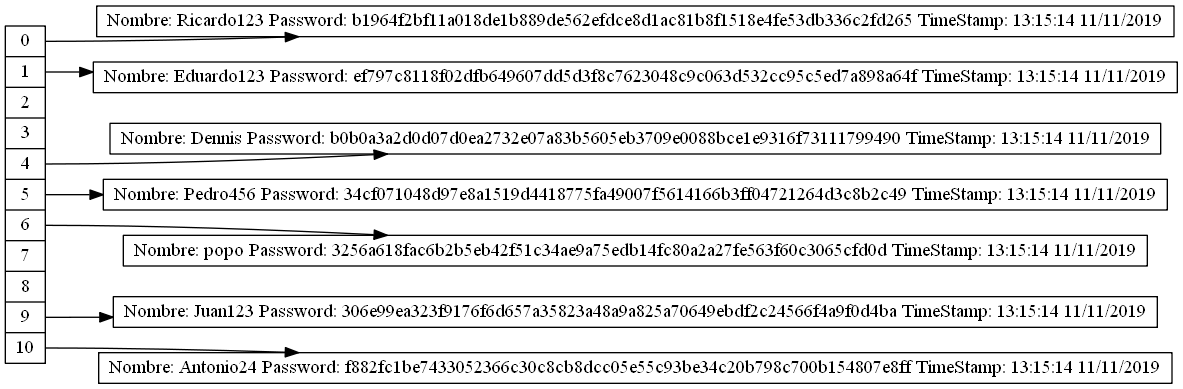
Before: Proyecto2/HashTable.png, a diagram exported from Graphviz (Eduardo01004/EDD_2S2019_PY2_201612124). Its source is kept beside it as Proyecto2/HashTable.dot.
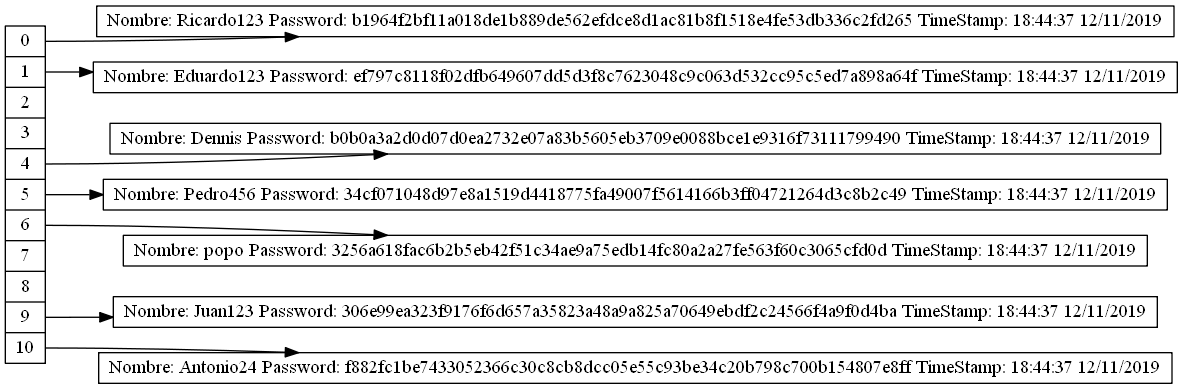
Above is the later version.

Change to the diagram source:
```diff
@@ -12,18 +12,18 @@
 <f8> 8 |
 <f9> 9 |
 <f10> 10"];
-nodoRicardo123 [label= "Nombre: Ricardo123 Password: b1964f2bf11a018de1b889de562efdce8d1ac81b8f1518e4fe53db336c2fd265 TimeStamp: 13:15:14 11/11/2019"];
+nodoRicardo123 [label= "Nombre: Ricardo123 Password: b1964f2bf11a018de1b889de562efdce8d1ac81b8f1518e4fe53db336c2fd265 TimeStamp: 18:44:37 12/11/2019"];
 "nodeTable":f0 -> nodoRicardo123
-nodoEduardo123 [label= "Nombre: Eduardo123 Password: ef797c8118f02dfb649607dd5d3f8c7623048c9c063d532cc95c5ed7a898a64f TimeStamp: 13:15:14 11/11/2019"];
+nodoEduardo123 [label= "Nombre: Eduardo123 Password: ef797c8118f02dfb649607dd5d3f8c7623048c9c063d532cc95c5ed7a898a64f TimeStamp: 18:44:37 12/11/2019"];
 "nodeTable":f1 -> nodoEduardo123
-nodoDennis [label= "Nombre: Dennis Password: b0b0a3a2d0d07d0ea2732e07a83b5605eb3709e0088bce1e9316f73111799490 TimeStamp: 13:15:14 11/11/2019"];
+nodoDennis [label= "Nombre: Dennis Password: b0b0a3a2d0d07d0ea2732e07a83b5605eb3709e0088bce1e9316f73111799490 TimeStamp: 18:44:37 12/11/2019"];
 "nodeTable":f4 -> nodoDennis
-nodoPedro456 [label= "Nombre: Pedro456 Password: 34cf071048d97e8a1519d4418775fa49007f5614166b3ff04721264d3c8b2c49 TimeStamp: 13:15:14 11/11/2019"];
+nodoPedro456 [label= "Nombre: Pedro456 Password: 34cf071048d97e8a1519d4418775fa49007f5614166b3ff04721264d3c8b2c49 TimeStamp: 18:44:37 12/11/2019"];
 "nodeTable":f5 -> nodoPedro456
-nodopopo [label= "Nombre: popo Password: 3256a618fac6b2b5eb42f51c34ae9a75edb14fc80a2a27fe563f60c3065cfd0d TimeStamp: 13:15:14 11/11/2019"];
+nodopopo [label= "Nombre: popo Password: 3256a618fac6b2b5eb42f51c34ae9a75edb14fc80a2a27fe563f60c3065cfd0d TimeStamp: 18:44:37 12/11/2019"];
 "nodeTable":f6 -> nodopopo
-nodoJuan123 [label= "Nombre: Juan123 Password: 306e99ea323f9176f6d657a35823a48a9a825a70649ebdf2c24566f4a9f0d4ba TimeStamp: 13:15:14 11/11/2019"];
+nodoJuan123 [label= "Nombre: Juan123 Password: 306e99ea323f9176f6d657a35823a48a9a825a70649ebdf2c24566f4a9f0d4ba TimeStamp: 18:44:37 12/11/2019"];
 "nodeTable":f9 -> nodoJuan123
-nodoAntonio24 [label= "Nombre: Antonio24 Password: f882fc1be7433052366c30c8cb8dcc05e55c93be34c20b798c700b154807e8ff TimeStamp: 13:15:14 11/11/2019"];
+nodoAntonio24 [label= "Nombre: Antonio24 Password: f882fc1be7433052366c30c8cb8dcc05e55c93be34c20b798c700b154807e8ff TimeStamp: 18:44:37 12/11/2019"];
 "nodeTable":f10 -> nodoAntonio24
 }
```
